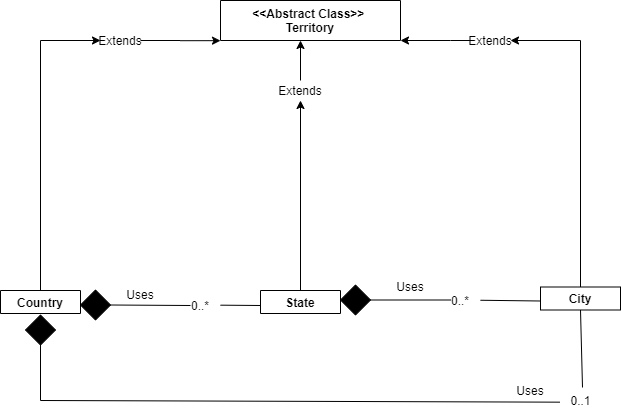
The draw.io diagram Data-Structs/UML diagrams/High_Lvl.png in 98ZhaoJeffrey/ICS4U, before a commit. Source tidied: cells renumbered, new cells last; positions are measured from the earlier drawing's top-left corner, leaving out a move shared by most shapes.
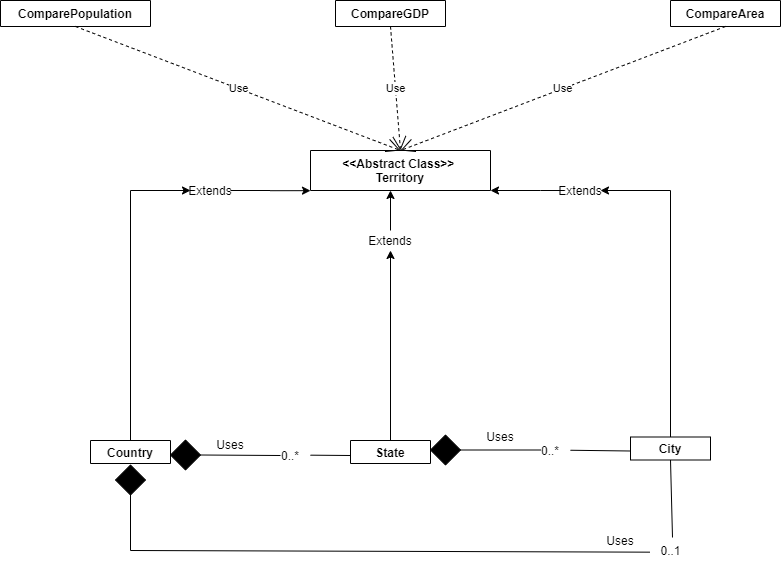
Above is the later version.

Commit message:
fixed uml diagram

The edit, as a diff of the source:
```diff
@@ -120,5 +120,27 @@
     <mxCell id="30" value="Extends" style="text;html=1;strokeColor=none;fillColor=none;align=center;verticalAlign=middle;whiteSpace=wrap;rounded=0;" parent="1" vertex="1">
       <mxGeometry x="470" y="30" width="40" height="20" as="geometry" />
     </mxCell>
+    <mxCell id="31" value=" ComparePopulation" style="swimlane;fontStyle=1;align=center;verticalAlign=top;horizontal=1;startSize=26;" parent="1" vertex="1" collapsed="1">
+      <mxGeometry x="-90" y="-150" width="150" height="26" as="geometry" />
+    </mxCell>
+    <mxCell id="32" value=" CompareGDP" style="swimlane;fontStyle=1;align=center;verticalAlign=top;horizontal=1;startSize=26;" parent="1" vertex="1" collapsed="1">
+      <mxGeometry x="245" y="-150" width="110" height="26" as="geometry" />
+    </mxCell>
+    <mxCell id="33" value=" CompareArea" style="swimlane;fontStyle=1;align=center;verticalAlign=top;horizontal=1;startSize=26;" parent="1" vertex="1" collapsed="1">
+      <mxGeometry x="580" y="-150" width="110" height="26" as="geometry" />
+    </mxCell>
+    <mxCell id="34" value="Use" style="endArrow=open;endSize=12;dashed=1;html=1;exitX=0.5;exitY=1;exitDx=0;exitDy=0;entryX=0.5;entryY=0;entryDx=0;entryDy=0;" parent="1" edge="1" source="31" target="2">
+      <mxGeometry relative="1" as="geometry" />
+    </mxCell>
+    <mxCell id="35" value="Use" style="endArrow=open;endSize=12;dashed=1;html=1;exitX=0.5;exitY=1;exitDx=0;exitDy=0;" parent="1" edge="1" source="32">
+      <mxGeometry relative="1" as="geometry">
+        <mxPoint x="310" as="targetPoint" />
+      </mxGeometry>
+    </mxCell>
+    <mxCell id="36" value="Use" style="endArrow=open;endSize=12;dashed=1;html=1;exitX=0.5;exitY=1;exitDx=0;exitDy=0;" parent="1" edge="1" source="33">
+      <mxGeometry relative="1" as="geometry">
+        <mxPoint x="310" as="targetPoint" />
+      </mxGeometry>
+    </mxCell>
   </root>
 </mxGraphModel>
```
